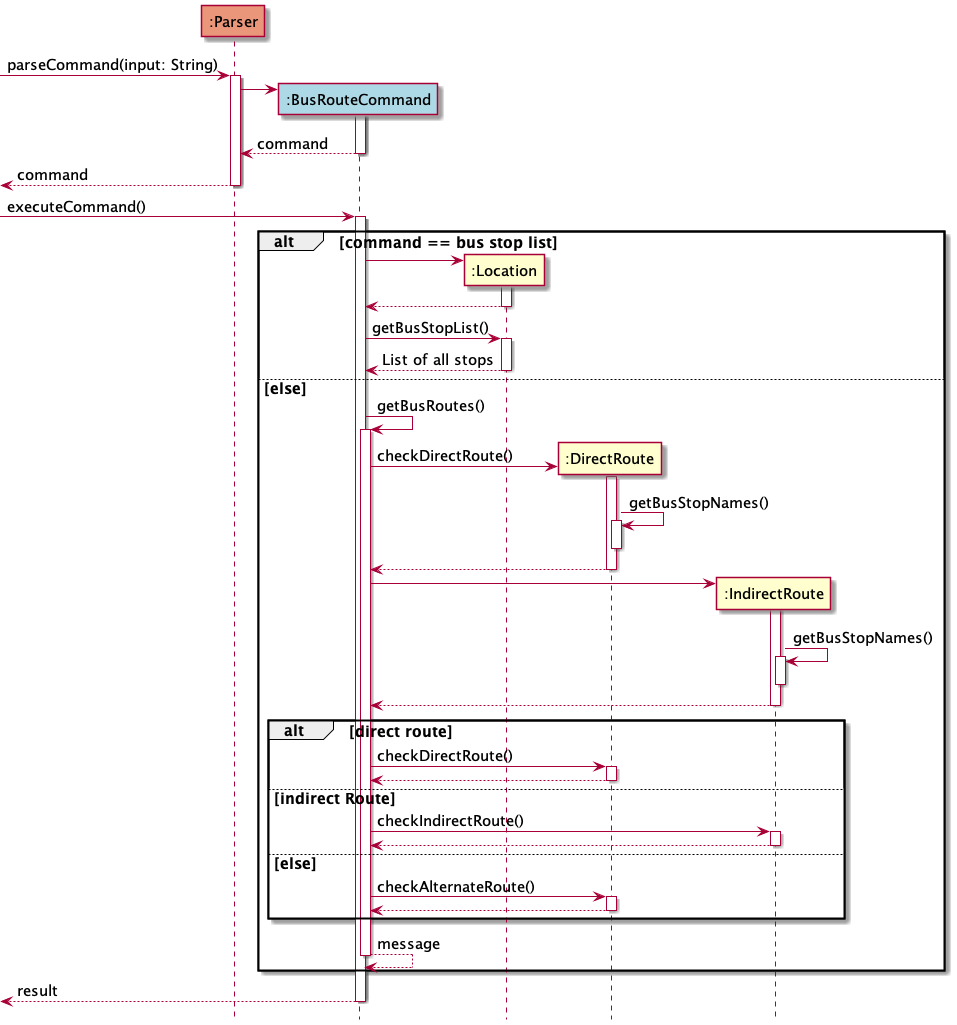
Earlier version of the PlantUML export docs/assets/images/BusRouteSequenceDiagram.png (shyamgj1900/tp).
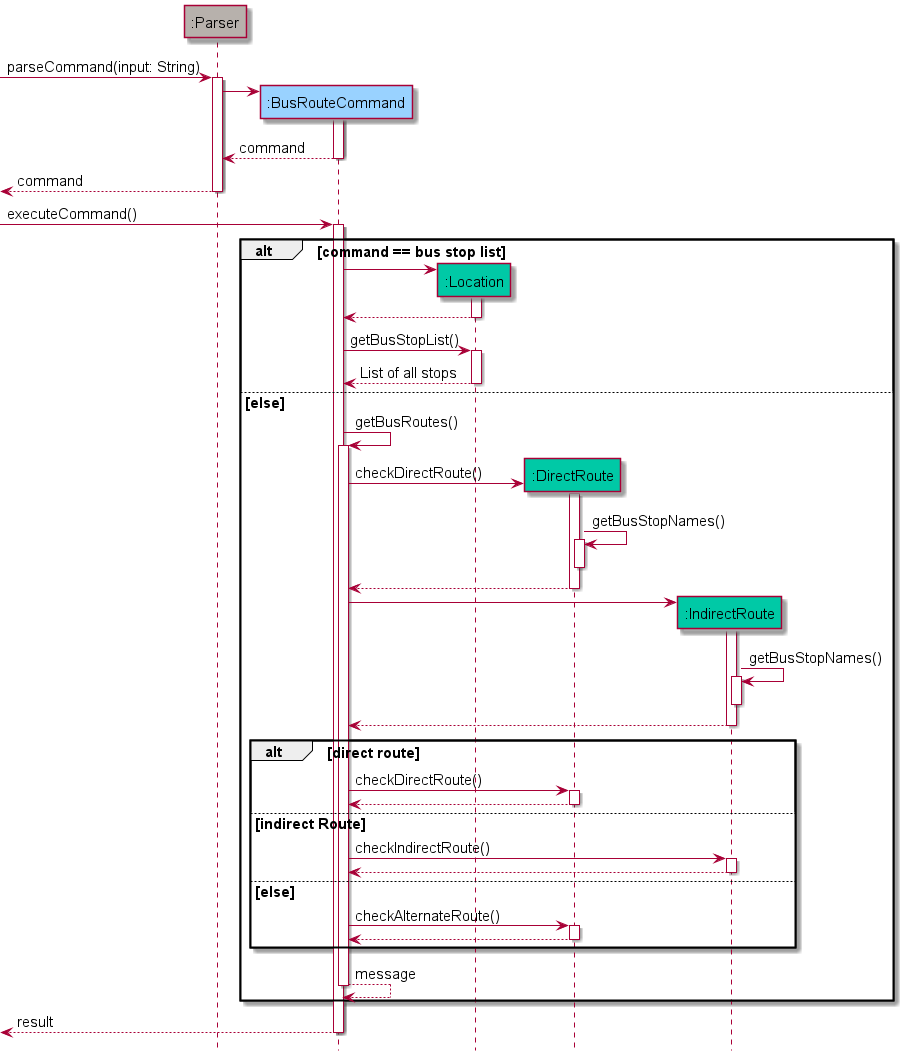
After the commit.

Commit message:
change color for bus route seq diag

What changed in the source:
```diff
@@ -3,8 +3,11 @@
 !include Style.puml
 
 hide footbox
-participant ":Parser" #DarkSalmon
-participant ":BusRouteCommand" #LightBlue
+participant ":Parser" UTIL_COLOR
+participant ":BusRouteCommand" COMMANDS_COLOR
+participant ":Location" ROUTES_COLOR
+participant ":DirectRoute" ROUTES_COLOR
+participant ":IndirectRoute" ROUTES_COLOR
 -> ":Parser": parseCommand(input: String)
 activate ":Parser"
 create ":BusRouteCommand"
```
